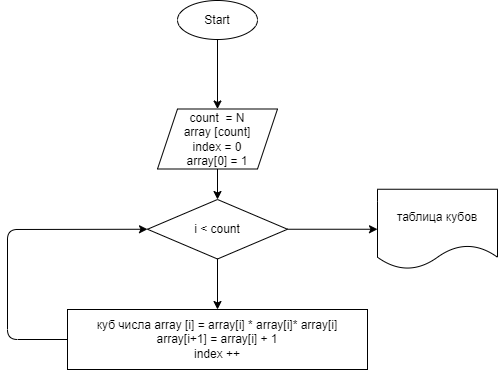
YuVasilya/Home_work_3 keeps this draw.io diagram as Ex003/diagram.drawio.png. Above is the earlier version. Source tidied: cells renumbered, new cells last; positions are measured from the earlier drawing's top-left corner, leaving out a move shared by most shapes.
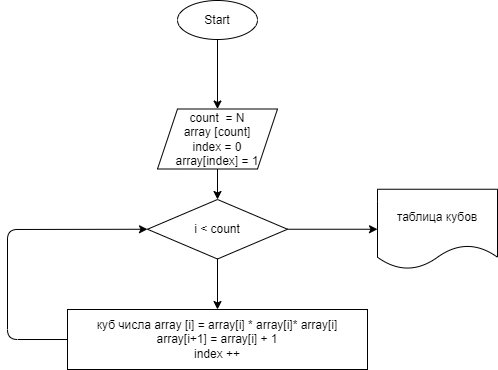
The same diagram one commit later.

Commit message:
Ex003 работает. Окончательный вариант

Change to the diagram source:
```diff
@@ -11,7 +11,7 @@
     <mxCell id="4" style="edgeStyle=none;html=1;" parent="1" edge="1" source="5" target="8">
       <mxGeometry relative="1" as="geometry" />
     </mxCell>
-    <mxCell id="5" value="count&amp;nbsp; = N&lt;br&gt;array [count]&lt;br&gt;index = 0&lt;br&gt;array[0] = 1" style="shape=parallelogram;perimeter=parallelogramPerimeter;whiteSpace=wrap;html=1;fixedSize=1;" parent="1" vertex="1">
+    <mxCell id="5" value="count&amp;nbsp; = N&lt;br&gt;array [count]&lt;br&gt;index = 0&lt;br&gt;array[index] = 1" style="shape=parallelogram;perimeter=parallelogramPerimeter;whiteSpace=wrap;html=1;fixedSize=1;" parent="1" vertex="1">
       <mxGeometry x="150" y="108.5" width="120" height="60" as="geometry" />
     </mxCell>
     <mxCell id="6" style="edgeStyle=none;html=1;" parent="1" edge="1" source="8" target="9">
```
